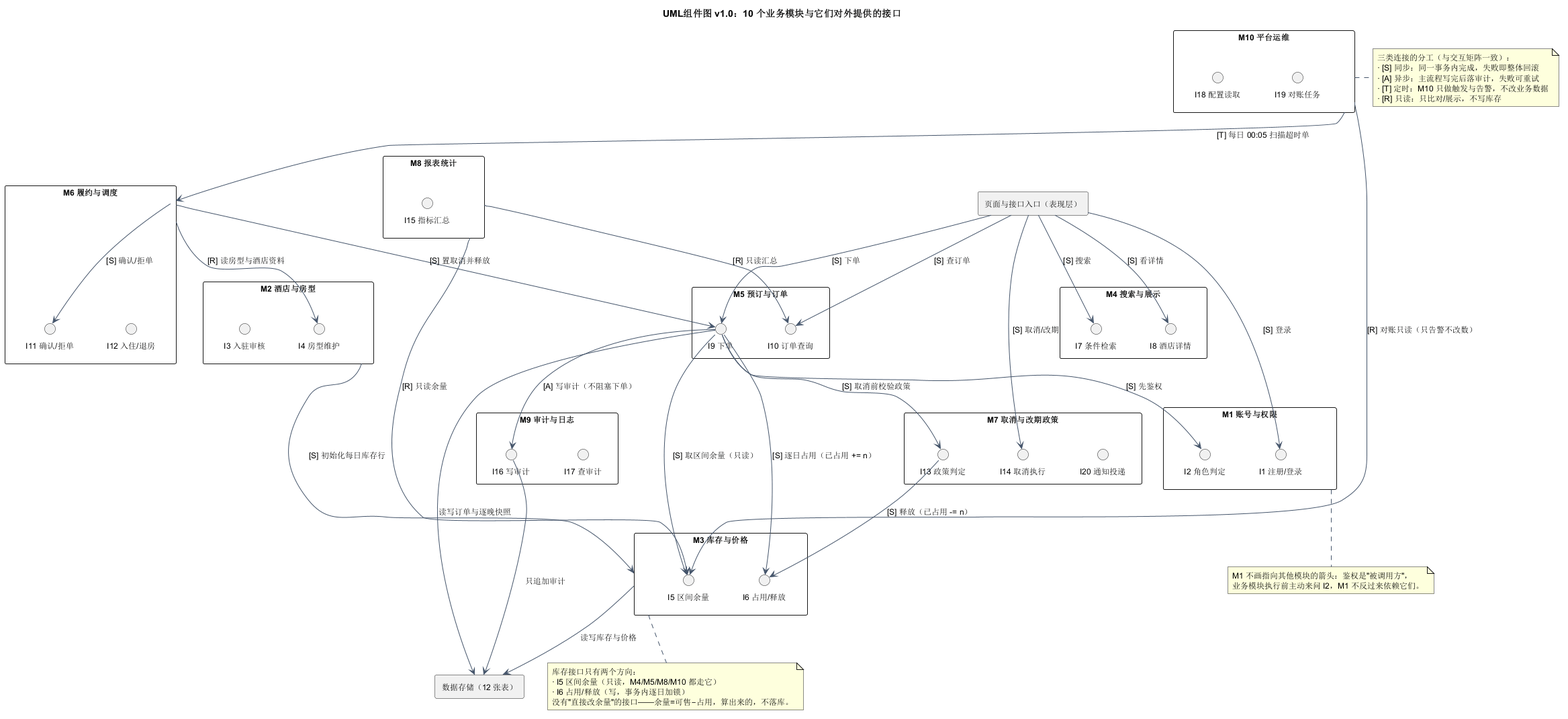
Above: exp2/UML/UML组件图.png in ChenYiFanAccount/softeng-lab1-requirements (PlantUML), before the change.
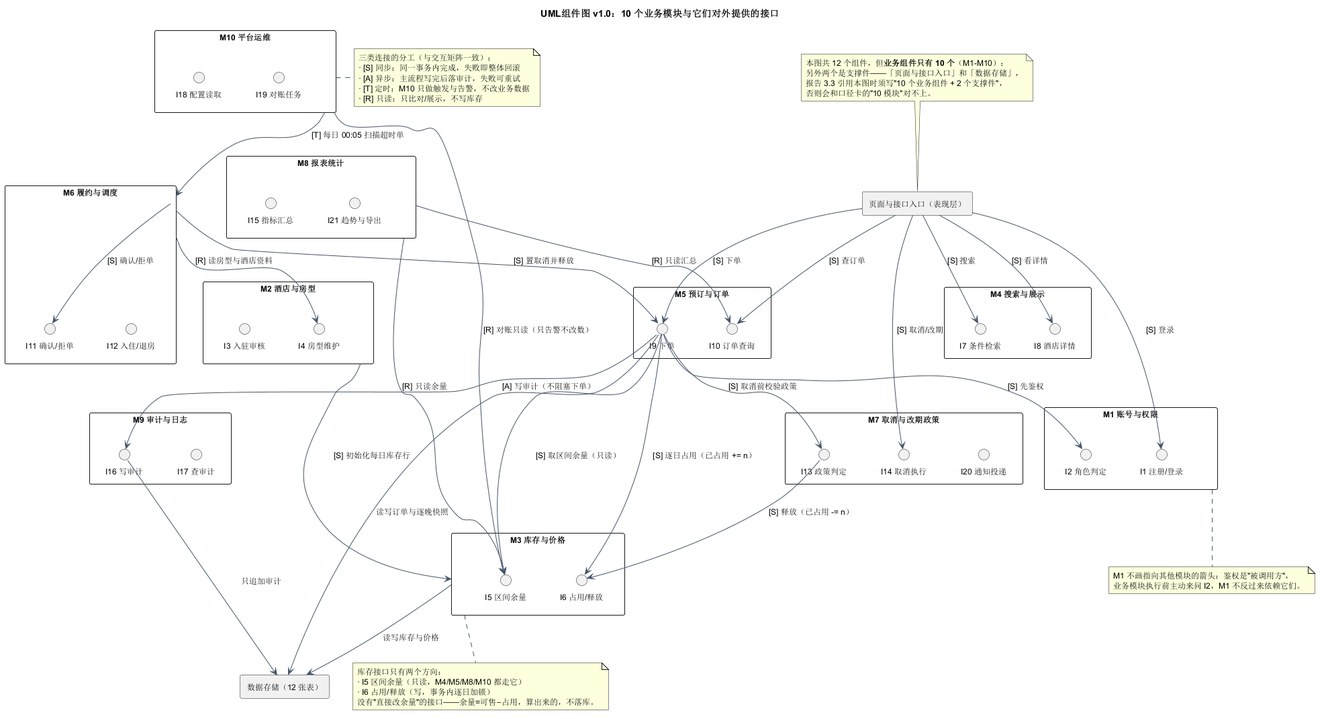
After the commit.

Commit message:
[S2-fix] 结构图返工：角色改枚举字段、补 Booking—Hotel、改正终态注释（29/29 PASS）

What changed in the source:
```diff
@@ -46,6 +46,7 @@
 
 component "M8 报表统计" as M8 {
   interface "I15 指标汇总" as I15
+  interface "I21 趋势与导出" as I21
 }
 
 component "M9 审计与日志" as M9 {
@@ -109,4 +110,11 @@
   M1 不画指向其他模块的箭头：鉴权是"被调用方"，
   业务模块执行前主动来问 I2，M1 不反过来依赖它们。
 end note
+
+note top of WEB
+  本图共 12 个组件，但**业务组件只有 10 个**（M1-M10）：
+  另外两个是支撑件——「页面与接口入口」和「数据存储」，
+  报告 3.3 引用本图时须写"10 个业务组件 + 2 个支撑件"，
+  否则会和口径卡的"10 模块"对不上。
+end note
 @enduml
```
